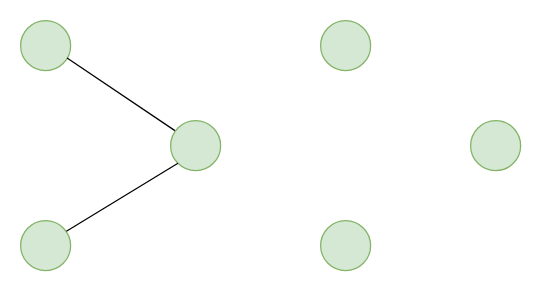
Before: prims.drawio in mahendra49/draw-io, a draw.io diagram. Source tidied: cells renumbered, new cells numbered last; positions are measured from the earlier drawing's top-left corner, leaving out a move shared by most shapes. Both pictures are drawn from the tidied source at 125%, with x=0, y=0 at pixel (20, 20).
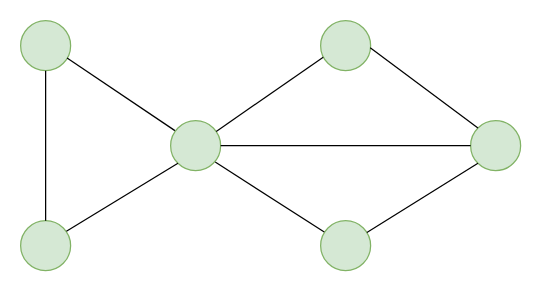
Above is the later version.

What changed in the source:
```diff
@@
 <mxGraphModel>
   <root>
     <mxCell id="0" />
     <mxCell id="1" parent="0" />
     <mxCell id="2" style="ellipse;whiteSpace=wrap;html=1;fillColor=#d5e8d4;strokeColor=#82b366;" parent="1" vertex="1">
       <mxGeometry width="40" height="40" as="geometry" />
     </mxCell>
     <mxCell id="3" style="ellipse;whiteSpace=wrap;html=1;fillColor=#d5e8d4;strokeColor=#82b366;" parent="1" vertex="1">
       <mxGeometry y="160" width="40" height="40" as="geometry" />
     </mxCell>
     <mxCell id="4" style="ellipse;whiteSpace=wrap;html=1;fillColor=#d5e8d4;strokeColor=#82b366;" parent="1" vertex="1">
       <mxGeometry x="120" y="80" width="40" height="40" as="geometry" />
     </mxCell>
     <mxCell id="5" style="ellipse;whiteSpace=wrap;html=1;fillColor=#d5e8d4;strokeColor=#82b366;" parent="1" vertex="1">
       <mxGeometry x="240" width="40" height="40" as="geometry" />
     </mxCell>
     <mxCell id="6" style="ellipse;whiteSpace=wrap;html=1;fillColor=#d5e8d4;strokeColor=#82b366;" parent="1" vertex="1">
       <mxGeometry x="360" y="80" width="40" height="40" as="geometry" />
     </mxCell>
     <mxCell id="7" style="ellipse;whiteSpace=wrap;html=1;fillColor=#d5e8d4;strokeColor=#82b366;" parent="1" vertex="1">
       <mxGeometry x="240" y="160" width="40" height="40" as="geometry" />
     </mxCell>
     <mxCell id="8" style="endArrow=none;html=1;rounded=0;entryX=0.929;entryY=0.746;entryDx=0;entryDy=0;exitX=0.086;exitY=0.2;exitDx=0;exitDy=0;entryPerimeter=0;exitPerimeter=0;" parent="1" edge="1" source="4" target="2">
       <mxGeometry relative="1" as="geometry" />
     </mxCell>
     <mxCell id="9" style="endArrow=none;html=1;rounded=0;entryX=0.916;entryY=0.214;entryDx=0;entryDy=0;exitX=0;exitY=1;exitDx=0;exitDy=0;entryPerimeter=0;" parent="1" edge="1" source="4" target="3">
       <mxGeometry relative="1" as="geometry" />
     </mxCell>
+    <mxCell id="10" style="endArrow=none;html=1;rounded=0;entryX=0.5;entryY=1;entryDx=0;entryDy=0;exitX=0.5;exitY=0;exitDx=0;exitDy=0;" parent="1" edge="1" source="3" target="2">
+      <mxGeometry relative="1" as="geometry" />
+    </mxCell>
+    <mxCell id="11" style="endArrow=none;html=1;rounded=0;entryX=0;entryY=0.5;entryDx=0;entryDy=0;exitX=1;exitY=0.5;exitDx=0;exitDy=0;" parent="1" edge="1" source="4" target="6">
+      <mxGeometry relative="1" as="geometry" />
+    </mxCell>
+    <mxCell id="12" style="endArrow=none;html=1;rounded=0;entryX=0.052;entryY=0.731;entryDx=0;entryDy=0;entryPerimeter=0;" parent="1" edge="1" source="4" target="5">
+      <mxGeometry relative="1" as="geometry" />
+    </mxCell>
+    <mxCell id="13" style="endArrow=none;html=1;rounded=0;entryX=0.073;entryY=0.228;entryDx=0;entryDy=0;entryPerimeter=0;exitX=0.892;exitY=0.829;exitDx=0;exitDy=0;exitPerimeter=0;" parent="1" edge="1" source="4" target="7">
+      <mxGeometry relative="1" as="geometry" />
+    </mxCell>
+    <mxCell id="14" style="endArrow=none;html=1;rounded=0;entryX=0;entryY=0;entryDx=0;entryDy=0;exitX=0.992;exitY=0.544;exitDx=0;exitDy=0;exitPerimeter=0;" parent="1" edge="1" source="5" target="6">
+      <mxGeometry relative="1" as="geometry" />
+    </mxCell>
+    <mxCell id="15" style="endArrow=none;html=1;rounded=0;entryX=0;entryY=1;entryDx=0;entryDy=0;" parent="1" edge="1" source="7" target="6">
+      <mxGeometry relative="1" as="geometry" />
+    </mxCell>
   </root>
 </mxGraphModel>
```
